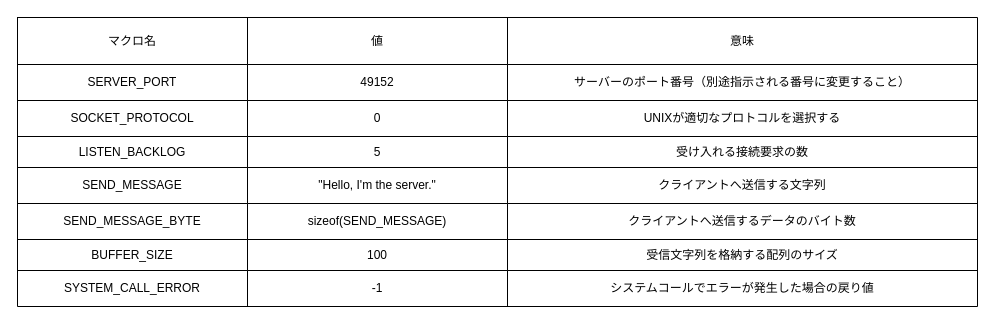
Earlier version of the draw.io diagram page "外部情報" (3 of 3) of c-advanced/task16_server.drawio (lkq9873/c-training). Source tidied: cells renumbered, new cells numbered last; positions are measured from the earlier drawing's top-left corner, leaving out a move shared by most shapes. Both pictures are drawn from the tidied source at 100%, with x=0, y=0 at pixel (17, 17).
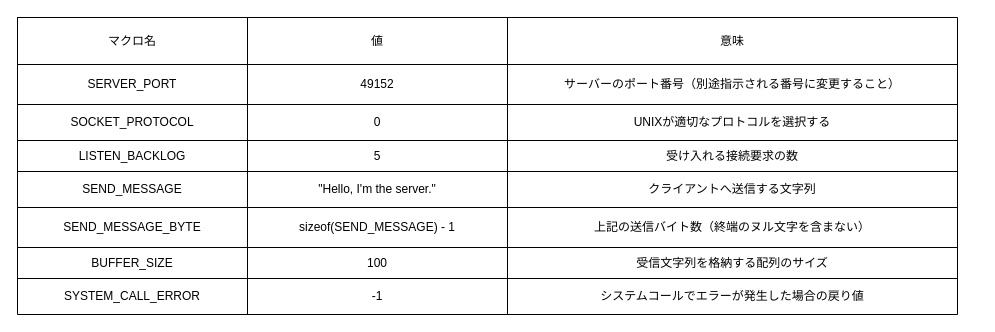
After the change.

Diff of the diagram source:
```diff
@@
-    <mxCell id="0" />
-    <mxCell id="1" parent="0" />
-    <mxCell id="2" style="shape=table;startSize=0;childLayout=tableLayout;" parent="1" vertex="1">
-      <mxGeometry width="960" height="289" as="geometry" />
-    </mxCell>
-    <mxCell id="3" style="shape=tableRow;horizontal=0;startSize=0;swimlaneHead=0;swimlaneBody=0;strokeColor=inherit;top=0;left=0;bottom=0;right=0;fillColor=none;" parent="2" vertex="1">
-      <mxGeometry width="960" height="47" as="geometry" />
-    </mxCell>
+    <mxCell id="35" />
+    <mxCell id="36" parent="35" />
+    <mxCell id="37" style="shape=table;startSize=0;childLayout=tableLayout;" parent="36" vertex="1">
+      <mxGeometry width="940" height="297" as="geometry" />
+    </mxCell>
+    <mxCell id="38" style="shape=tableRow;horizontal=0;startSize=0;swimlaneHead=0;swimlaneBody=0;strokeColor=inherit;top=0;left=0;bottom=0;right=0;fillColor=none;" parent="37" vertex="1">
+      <mxGeometry width="940" height="47" as="geometry" />
+    </mxCell>
-    <mxCell id="4" value="マクロ名" style="shape=partialRectangle;html=1;whiteSpace=wrap;strokeColor=inherit;overflow=hidden;fillColor=none;top=0;left=0;bottom=0;right=0;" parent="3" vertex="1">
+    <mxCell id="4" value="マクロ名" style="shape=partialRectangle;html=1;whiteSpace=wrap;strokeColor=inherit;overflow=hidden;fillColor=none;top=0;left=0;bottom=0;right=0;" parent="38" vertex="1">
       <mxGeometry width="230" height="47" as="geometry" />
     </mxCell>
-    <mxCell id="5" value="値" style="shape=partialRectangle;html=1;whiteSpace=wrap;strokeColor=inherit;overflow=hidden;fillColor=none;top=0;left=0;bottom=0;right=0;" parent="3" vertex="1">
+    <mxCell id="5" value="値" style="shape=partialRectangle;html=1;whiteSpace=wrap;strokeColor=inherit;overflow=hidden;fillColor=none;top=0;left=0;bottom=0;right=0;" parent="38" vertex="1">
       <mxGeometry x="230" width="260" height="47" as="geometry" />
     </mxCell>
-    <mxCell id="6" value="意味" style="shape=partialRectangle;html=1;whiteSpace=wrap;strokeColor=inherit;overflow=hidden;fillColor=none;top=0;left=0;bottom=0;right=0;" parent="3" vertex="1">
-      <mxGeometry x="490" width="470" height="47" as="geometry" />
+    <mxCell id="6" value="意味" style="shape=partialRectangle;html=1;whiteSpace=wrap;strokeColor=inherit;overflow=hidden;fillColor=none;top=0;left=0;bottom=0;right=0;" parent="38" vertex="1">
+      <mxGeometry x="490" width="450" height="47" as="geometry" />
     </mxCell>
-    <mxCell id="7" style="shape=tableRow;horizontal=0;startSize=0;swimlaneHead=0;swimlaneBody=0;strokeColor=inherit;top=0;left=0;bottom=0;right=0;fillColor=none;" parent="2" vertex="1">
-      <mxGeometry y="47" width="960" height="36" as="geometry" />
-    </mxCell>
+    <mxCell id="39" style="shape=tableRow;horizontal=0;startSize=0;swimlaneHead=0;swimlaneBody=0;strokeColor=inherit;top=0;left=0;bottom=0;right=0;fillColor=none;" parent="37" vertex="1">
+      <mxGeometry y="47" width="940" height="40" as="geometry" />
+    </mxCell>
-    <mxCell id="8" value="SERVER_PORT" style="shape=partialRectangle;html=1;whiteSpace=wrap;strokeColor=inherit;overflow=hidden;fillColor=none;top=0;left=0;bottom=0;right=0;" parent="7" vertex="1">
-      <mxGeometry width="230" height="36" as="geometry" />
+    <mxCell id="8" value="SERVER_PORT" style="shape=partialRectangle;html=1;whiteSpace=wrap;strokeColor=inherit;overflow=hidden;fillColor=none;top=0;left=0;bottom=0;right=0;" parent="39" vertex="1">
+      <mxGeometry width="230" height="40" as="geometry" />
     </mxCell>
-    <mxCell id="9" value="49152" style="shape=partialRectangle;html=1;whiteSpace=wrap;strokeColor=inherit;overflow=hidden;fillColor=none;top=0;left=0;bottom=0;right=0;" parent="7" vertex="1">
-      <mxGeometry x="230" width="260" height="36" as="geometry" />
+    <mxCell id="9" value="49152" style="shape=partialRectangle;html=1;whiteSpace=wrap;strokeColor=inherit;overflow=hidden;fillColor=none;top=0;left=0;bottom=0;right=0;" parent="39" vertex="1">
+      <mxGeometry x="230" width="260" height="40" as="geometry" />
     </mxCell>
-    <mxCell id="10" value="サーバーのポート番号（別途指示される番号に変更すること）" style="shape=partialRectangle;html=1;whiteSpace=wrap;strokeColor=inherit;overflow=hidden;fillColor=none;top=0;left=0;bottom=0;right=0;" parent="7" vertex="1">
-      <mxGeometry x="490" width="470" height="36" as="geometry" />
+    <mxCell id="10" value="サーバーのポート番号（別途指示される番号に変更すること）" style="shape=partialRectangle;html=1;whiteSpace=wrap;strokeColor=inherit;overflow=hidden;fillColor=none;top=0;left=0;bottom=0;right=0;" parent="39" vertex="1">
+      <mxGeometry x="490" width="450" height="40" as="geometry" />
     </mxCell>
-    <mxCell id="11" style="shape=tableRow;horizontal=0;startSize=0;swimlaneHead=0;swimlaneBody=0;strokeColor=inherit;top=0;left=0;bottom=0;right=0;fillColor=none;" parent="2" vertex="1">
-      <mxGeometry y="83" width="960" height="36" as="geometry" />
-    </mxCell>
+    <mxCell id="40" style="shape=tableRow;horizontal=0;startSize=0;swimlaneHead=0;swimlaneBody=0;strokeColor=inherit;top=0;left=0;bottom=0;right=0;fillColor=none;" parent="37" vertex="1">
+      <mxGeometry y="87" width="940" height="36" as="geometry" />
+    </mxCell>
-    <mxCell id="12" value="SOCKET_PROTOCOL" style="shape=partialRectangle;html=1;whiteSpace=wrap;strokeColor=inherit;overflow=hidden;fillColor=none;top=0;left=0;bottom=0;right=0;" parent="11" vertex="1">
+    <mxCell id="12" value="SOCKET_PROTOCOL" style="shape=partialRectangle;html=1;whiteSpace=wrap;strokeColor=inherit;overflow=hidden;fillColor=none;top=0;left=0;bottom=0;right=0;" parent="40" vertex="1">
       <mxGeometry width="230" height="36" as="geometry" />
     </mxCell>
-    <mxCell id="13" value="0" style="shape=partialRectangle;html=1;whiteSpace=wrap;strokeColor=inherit;overflow=hidden;fillColor=none;top=0;left=0;bottom=0;right=0;" parent="11" vertex="1">
+    <mxCell id="13" value="0" style="shape=partialRectangle;html=1;whiteSpace=wrap;strokeColor=inherit;overflow=hidden;fillColor=none;top=0;left=0;bottom=0;right=0;" parent="40" vertex="1">
       <mxGeometry x="230" width="260" height="36" as="geometry" />
     </mxCell>
-    <mxCell id="14" value="UNIXが適切なプロトコルを選択する" style="shape=partialRectangle;html=1;whiteSpace=wrap;strokeColor=inherit;overflow=hidden;fillColor=none;top=0;left=0;bottom=0;right=0;" parent="11" vertex="1">
-      <mxGeometry x="490" width="470" height="36" as="geometry" />
+    <mxCell id="14" value="UNIXが適切なプロトコルを選択する" style="shape=partialRectangle;html=1;whiteSpace=wrap;strokeColor=inherit;overflow=hidden;fillColor=none;top=0;left=0;bottom=0;right=0;" parent="40" vertex="1">
+      <mxGeometry x="490" width="450" height="36" as="geometry" />
     </mxCell>
-    <mxCell id="15" style="shape=tableRow;horizontal=0;startSize=0;swimlaneHead=0;swimlaneBody=0;strokeColor=inherit;top=0;left=0;bottom=0;right=0;fillColor=none;" parent="2" vertex="1">
-      <mxGeometry y="119" width="960" height="31" as="geometry" />
-    </mxCell>
+    <mxCell id="41" style="shape=tableRow;horizontal=0;startSize=0;swimlaneHead=0;swimlaneBody=0;strokeColor=inherit;top=0;left=0;bottom=0;right=0;fillColor=none;" parent="37" vertex="1">
+      <mxGeometry y="123" width="940" height="31" as="geometry" />
+    </mxCell>
-    <mxCell id="16" value="LISTEN_BACKLOG" style="shape=partialRectangle;html=1;whiteSpace=wrap;strokeColor=inherit;overflow=hidden;fillColor=none;top=0;left=0;bottom=0;right=0;" parent="15" vertex="1">
+    <mxCell id="16" value="LISTEN_BACKLOG" style="shape=partialRectangle;html=1;whiteSpace=wrap;strokeColor=inherit;overflow=hidden;fillColor=none;top=0;left=0;bottom=0;right=0;" parent="41" vertex="1">
       <mxGeometry width="230" height="31" as="geometry" />
     </mxCell>
-    <mxCell id="17" value="5" style="shape=partialRectangle;html=1;whiteSpace=wrap;strokeColor=inherit;overflow=hidden;fillColor=none;top=0;left=0;bottom=0;right=0;" parent="15" vertex="1">
+    <mxCell id="17" value="5" style="shape=partialRectangle;html=1;whiteSpace=wrap;strokeColor=inherit;overflow=hidden;fillColor=none;top=0;left=0;bottom=0;right=0;" parent="41" vertex="1">
       <mxGeometry x="230" width="260" height="31" as="geometry" />
     </mxCell>
-    <mxCell id="18" value="受け入れる接続要求の数" style="shape=partialRectangle;html=1;whiteSpace=wrap;strokeColor=inherit;overflow=hidden;fillColor=none;top=0;left=0;bottom=0;right=0;" parent="15" vertex="1">
-      <mxGeometry x="490" width="470" height="31" as="geometry" />
+    <mxCell id="18" value="受け入れる接続要求の数" style="shape=partialRectangle;html=1;whiteSpace=wrap;strokeColor=inherit;overflow=hidden;fillColor=none;top=0;left=0;bottom=0;right=0;" parent="41" vertex="1">
+      <mxGeometry x="490" width="450" height="31" as="geometry" />
     </mxCell>
-    <mxCell id="19" style="shape=tableRow;horizontal=0;startSize=0;swimlaneHead=0;swimlaneBody=0;strokeColor=inherit;top=0;left=0;bottom=0;right=0;fillColor=none;" parent="2" vertex="1">
-      <mxGeometry y="150" width="960" height="36" as="geometry" />
-    </mxCell>
+    <mxCell id="42" style="shape=tableRow;horizontal=0;startSize=0;swimlaneHead=0;swimlaneBody=0;strokeColor=inherit;top=0;left=0;bottom=0;right=0;fillColor=none;" parent="37" vertex="1">
+      <mxGeometry y="154" width="940" height="36" as="geometry" />
+    </mxCell>
-    <mxCell id="20" value="SEND_MESSAGE" style="shape=partialRectangle;html=1;whiteSpace=wrap;strokeColor=inherit;overflow=hidden;fillColor=none;top=0;left=0;bottom=0;right=0;" parent="19" vertex="1">
+    <mxCell id="20" value="SEND_MESSAGE" style="shape=partialRectangle;html=1;whiteSpace=wrap;strokeColor=inherit;overflow=hidden;fillColor=none;top=0;left=0;bottom=0;right=0;" parent="42" vertex="1">
       <mxGeometry width="230" height="36" as="geometry" />
     </mxCell>
-    <mxCell id="21" value="&quot;Hello, I'm the server.&quot;" style="shape=partialRectangle;html=1;whiteSpace=wrap;strokeColor=inherit;overflow=hidden;fillColor=none;top=0;left=0;bottom=0;right=0;" parent="19" vertex="1">
+    <mxCell id="21" value="&quot;Hello, I'm the server.&quot;" style="shape=partialRectangle;html=1;whiteSpace=wrap;strokeColor=inherit;overflow=hidden;fillColor=none;top=0;left=0;bottom=0;right=0;" parent="42" vertex="1">
       <mxGeometry x="230" width="260" height="36" as="geometry" />
     </mxCell>
-    <mxCell id="22" value="クライアントへ送信する文字列" style="shape=partialRectangle;html=1;whiteSpace=wrap;strokeColor=inherit;overflow=hidden;fillColor=none;top=0;left=0;bottom=0;right=0;" parent="19" vertex="1">
-      <mxGeometry x="490" width="470" height="36" as="geometry" />
+    <mxCell id="22" value="クライアントへ送信する文字列" style="shape=partialRectangle;html=1;whiteSpace=wrap;strokeColor=inherit;overflow=hidden;fillColor=none;top=0;left=0;bottom=0;right=0;" parent="42" vertex="1">
+      <mxGeometry x="490" width="450" height="36" as="geometry" />
     </mxCell>
-    <mxCell id="23" style="shape=tableRow;horizontal=0;startSize=0;swimlaneHead=0;swimlaneBody=0;strokeColor=inherit;top=0;left=0;bottom=0;right=0;fillColor=none;" parent="2" vertex="1">
-      <mxGeometry y="186" width="960" height="36" as="geometry" />
-    </mxCell>
+    <mxCell id="43" style="shape=tableRow;horizontal=0;startSize=0;swimlaneHead=0;swimlaneBody=0;strokeColor=inherit;top=0;left=0;bottom=0;right=0;fillColor=none;" parent="37" vertex="1">
+      <mxGeometry y="190" width="940" height="40" as="geometry" />
+    </mxCell>
-    <mxCell id="24" value="SEND_MESSAGE_BYTE" style="shape=partialRectangle;html=1;whiteSpace=wrap;strokeColor=inherit;overflow=hidden;fillColor=none;top=0;left=0;bottom=0;right=0;" parent="23" vertex="1">
-      <mxGeometry width="230" height="36" as="geometry" />
+    <mxCell id="24" value="SEND_MESSAGE_BYTE" style="shape=partialRectangle;html=1;whiteSpace=wrap;strokeColor=inherit;overflow=hidden;fillColor=none;top=0;left=0;bottom=0;right=0;" parent="43" vertex="1">
+      <mxGeometry width="230" height="40" as="geometry" />
     </mxCell>
-    <mxCell id="25" value="sizeof(SEND_MESSAGE)" style="shape=partialRectangle;html=1;whiteSpace=wrap;strokeColor=inherit;overflow=hidden;fillColor=none;top=0;left=0;bottom=0;right=0;" parent="23" vertex="1">
-      <mxGeometry x="230" width="260" height="36" as="geometry" />
-    </mxCell>
-    <mxCell id="26" value="クライアントへ送信するデータのバイト数" style="shape=partialRectangle;html=1;whiteSpace=wrap;strokeColor=inherit;overflow=hidden;fillColor=none;top=0;left=0;bottom=0;right=0;" parent="23" vertex="1">
-      <mxGeometry x="490" width="470" height="36" as="geometry" />
-    </mxCell>
-    <mxCell id="27" style="shape=tableRow;horizontal=0;startSize=0;swimlaneHead=0;swimlaneBody=0;strokeColor=inherit;top=0;left=0;bottom=0;right=0;fillColor=none;" parent="2" vertex="1">
-      <mxGeometry y="222" width="960" height="31" as="geometry" />
-    </mxCell>
+    <mxCell id="44" value="sizeof(SEND_MESSAGE) - 1" style="shape=partialRectangle;html=1;whiteSpace=wrap;strokeColor=inherit;overflow=hidden;fillColor=none;top=0;left=0;bottom=0;right=0;" parent="43" vertex="1">
+      <mxGeometry x="230" width="260" height="40" as="geometry" />
+    </mxCell>
+    <mxCell id="45" value="上記の送信バイト数（終端のヌル文字を含まない）" style="shape=partialRectangle;html=1;whiteSpace=wrap;strokeColor=inherit;overflow=hidden;fillColor=none;top=0;left=0;bottom=0;right=0;" parent="43" vertex="1">
+      <mxGeometry x="490" width="450" height="40" as="geometry" />
+    </mxCell>
+    <mxCell id="46" style="shape=tableRow;horizontal=0;startSize=0;swimlaneHead=0;swimlaneBody=0;strokeColor=inherit;top=0;left=0;bottom=0;right=0;fillColor=none;" parent="37" vertex="1">
+      <mxGeometry y="230" width="940" height="31" as="geometry" />
+    </mxCell>
-    <mxCell id="28" value="BUFFER_SIZE" style="shape=partialRectangle;html=1;whiteSpace=wrap;strokeColor=inherit;overflow=hidden;fillColor=none;top=0;left=0;bottom=0;right=0;" parent="27" vertex="1">
+    <mxCell id="28" value="BUFFER_SIZE" style="shape=partialRectangle;html=1;whiteSpace=wrap;strokeColor=inherit;overflow=hidden;fillColor=none;top=0;left=0;bottom=0;right=0;" parent="46" vertex="1">
       <mxGeometry width="230" height="31" as="geometry" />
     </mxCell>
-    <mxCell id="29" value="100" style="shape=partialRectangle;html=1;whiteSpace=wrap;strokeColor=inherit;overflow=hidden;fillColor=none;top=0;left=0;bottom=0;right=0;" parent="27" vertex="1">
+    <mxCell id="29" value="100" style="shape=partialRectangle;html=1;whiteSpace=wrap;strokeColor=inherit;overflow=hidden;fillColor=none;top=0;left=0;bottom=0;right=0;" parent="46" vertex="1">
       <mxGeometry x="230" width="260" height="31" as="geometry" />
     </mxCell>
-    <mxCell id="30" value="受信文字列を格納する配列のサイズ" style="shape=partialRectangle;html=1;whiteSpace=wrap;strokeColor=inherit;overflow=hidden;fillColor=none;top=0;left=0;bottom=0;right=0;" parent="27" vertex="1">
-      <mxGeometry x="490" width="470" height="31" as="geometry" />
+    <mxCell id="30" value="受信文字列を格納する配列のサイズ" style="shape=partialRectangle;html=1;whiteSpace=wrap;strokeColor=inherit;overflow=hidden;fillColor=none;top=0;left=0;bottom=0;right=0;" parent="46" vertex="1">
+      <mxGeometry x="490" width="450" height="31" as="geometry" />
     </mxCell>
-    <mxCell id="31" style="shape=tableRow;horizontal=0;startSize=0;swimlaneHead=0;swimlaneBody=0;strokeColor=inherit;top=0;left=0;bottom=0;right=0;fillColor=none;" parent="2" vertex="1">
-      <mxGeometry y="253" width="960" height="36" as="geometry" />
-    </mxCell>
+    <mxCell id="47" style="shape=tableRow;horizontal=0;startSize=0;swimlaneHead=0;swimlaneBody=0;strokeColor=inherit;top=0;left=0;bottom=0;right=0;fillColor=none;" parent="37" vertex="1">
+      <mxGeometry y="261" width="940" height="36" as="geometry" />
+    </mxCell>
-    <mxCell id="32" value="SYSTEM_CALL_ERROR" style="shape=partialRectangle;html=1;whiteSpace=wrap;strokeColor=inherit;overflow=hidden;fillColor=none;top=0;left=0;bottom=0;right=0;" parent="31" vertex="1">
+    <mxCell id="32" value="SYSTEM_CALL_ERROR" style="shape=partialRectangle;html=1;whiteSpace=wrap;strokeColor=inherit;overflow=hidden;fillColor=none;top=0;left=0;bottom=0;right=0;" parent="47" vertex="1">
       <mxGeometry width="230" height="36" as="geometry" />
     </mxCell>
-    <mxCell id="33" value="-1" style="shape=partialRectangle;html=1;whiteSpace=wrap;strokeColor=inherit;overflow=hidden;fillColor=none;top=0;left=0;bottom=0;right=0;" parent="31" vertex="1">
+    <mxCell id="33" value="-1" style="shape=partialRectangle;html=1;whiteSpace=wrap;strokeColor=inherit;overflow=hidden;fillColor=none;top=0;left=0;bottom=0;right=0;" parent="47" vertex="1">
       <mxGeometry x="230" width="260" height="36" as="geometry" />
     </mxCell>
-    <mxCell id="34" value="システムコールでエラーが発生した場合の戻り値" style="shape=partialRectangle;html=1;whiteSpace=wrap;strokeColor=inherit;overflow=hidden;fillColor=none;top=0;left=0;bottom=0;right=0;" parent="31" vertex="1">
-      <mxGeometry x="490" width="470" height="36" as="geometry" />
+    <mxCell id="34" value="システムコールでエラーが発生した場合の戻り値" style="shape=partialRectangle;html=1;whiteSpace=wrap;strokeColor=inherit;overflow=hidden;fillColor=none;top=0;left=0;bottom=0;right=0;" parent="47" vertex="1">
+      <mxGeometry x="490" width="450" height="36" as="geometry" />
     </mxCell>
```
